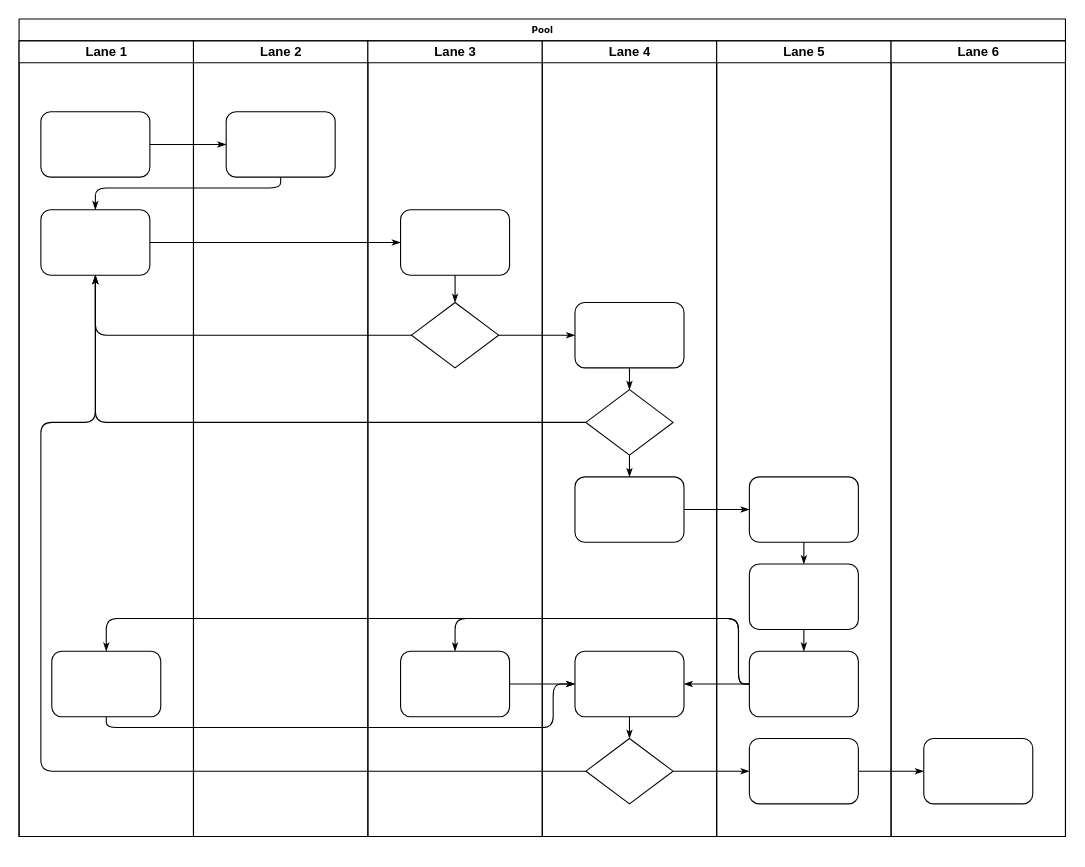
Before: Untitled Diagram.drawio in baffbarker/ait3, a draw.io diagram. Source tidied: cells renumbered, new cells numbered last; positions are measured from the earlier drawing's top-left corner, leaving out a move shared by most shapes. Both pictures are drawn from the tidied source at 109%, with x=0, y=0 at pixel (19, 19).
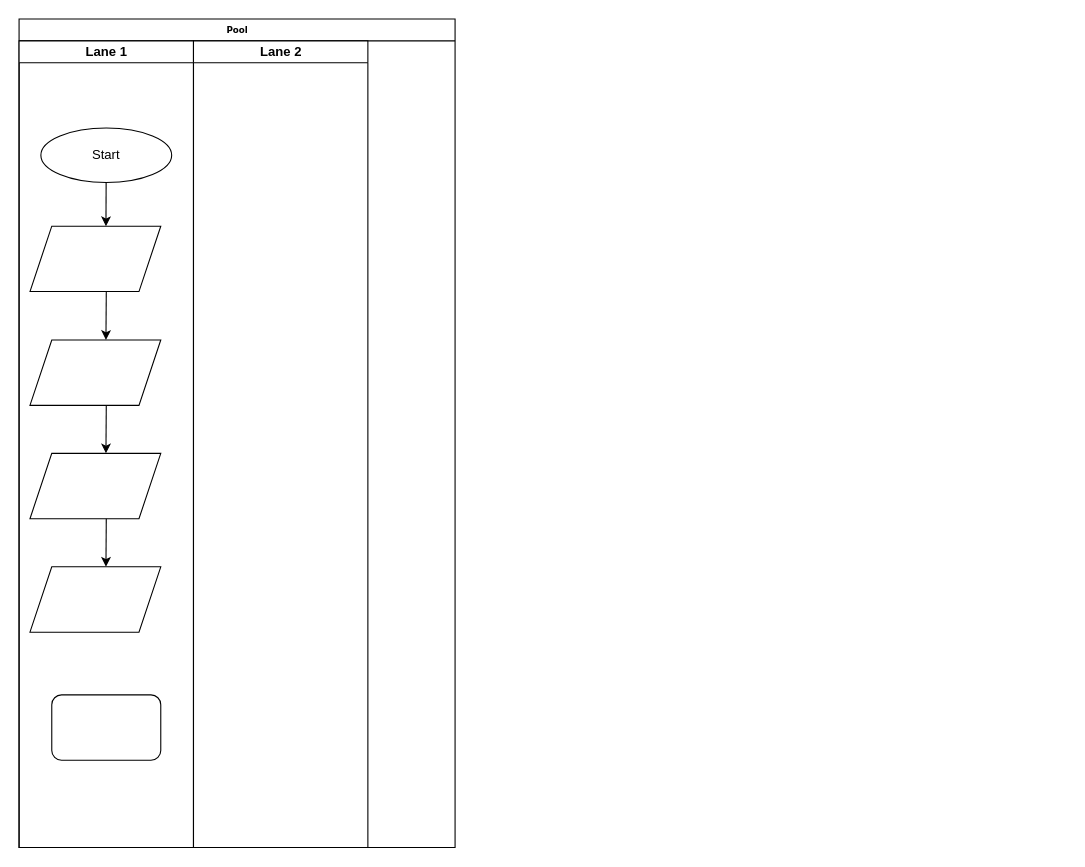
After the change.

Diff of the diagram source:
```diff
@@
     <mxCell id="2" value="Pool" style="swimlane;html=1;startSize=20;rounded=0;shadow=0;labelBackgroundColor=none;strokeWidth=1;fontFamily=Verdana;fontSize=8;align=center;" parent="1" vertex="1">
-      <mxGeometry width="960" height="750" as="geometry" />
+      <mxGeometry width="400" height="760" as="geometry" />
     </mxCell>
     <mxCell id="3" value="Lane 1" style="swimlane;html=1;startSize=20;" parent="2" vertex="1">
-      <mxGeometry y="20" width="160" height="730" as="geometry" />
+      <mxGeometry y="20" width="160" height="740" as="geometry" />
     </mxCell>
-    <mxCell id="4" style="rounded=1;whiteSpace=wrap;html=1;shadow=0;labelBackgroundColor=none;strokeWidth=1;fontFamily=Verdana;fontSize=8;align=center;" parent="3" vertex="1">
-      <mxGeometry x="20" y="65" width="100" height="60" as="geometry" />
-    </mxCell>
-    <mxCell id="5" style="rounded=1;whiteSpace=wrap;html=1;shadow=0;labelBackgroundColor=none;strokeWidth=1;fontFamily=Verdana;fontSize=8;align=center;" parent="3" vertex="1">
-      <mxGeometry x="20" y="155" width="100" height="60" as="geometry" />
-    </mxCell>
     <mxCell id="6" style="rounded=1;whiteSpace=wrap;html=1;shadow=0;labelBackgroundColor=none;strokeWidth=1;fontFamily=Verdana;fontSize=8;align=center;" parent="3" vertex="1">
-      <mxGeometry x="30" y="560" width="100" height="60" as="geometry" />
+      <mxGeometry x="30" y="600" width="100" height="60" as="geometry" />
     </mxCell>
-    <mxCell id="7" style="edgeStyle=orthogonalEdgeStyle;rounded=1;html=1;labelBackgroundColor=none;startArrow=none;startFill=0;startSize=5;endArrow=classicThin;endFill=1;endSize=5;jettySize=auto;strokeWidth=1;fontFamily=Verdana;fontSize=8;" parent="2" edge="1" source="4" target="23">
-      <mxGeometry relative="1" as="geometry" />
-    </mxCell>
-    <mxCell id="8" style="edgeStyle=orthogonalEdgeStyle;rounded=1;html=1;labelBackgroundColor=none;startArrow=none;startFill=0;startSize=5;endArrow=classicThin;endFill=1;endSize=5;jettySize=auto;strokeWidth=1;fontFamily=Verdana;fontSize=8;" parent="2" edge="1" source="23" target="5">
-      <mxGeometry relative="1" as="geometry">
-        <Array as="points">
-          <mxPoint x="240" y="155" />
-          <mxPoint x="70" y="155" />
-        </Array>
-      </mxGeometry>
-    </mxCell>
-    <mxCell id="9" style="edgeStyle=orthogonalEdgeStyle;rounded=1;html=1;labelBackgroundColor=none;startArrow=none;startFill=0;startSize=5;endArrow=classicThin;endFill=1;endSize=5;jettySize=auto;strokeWidth=1;fontFamily=Verdana;fontSize=8;" parent="2" edge="1" source="5" target="25">
-      <mxGeometry relative="1" as="geometry" />
-    </mxCell>
-    <mxCell id="10" style="edgeStyle=orthogonalEdgeStyle;rounded=1;html=1;labelBackgroundColor=none;startArrow=none;startFill=0;startSize=5;endArrow=classicThin;endFill=1;endSize=5;jettySize=auto;strokeWidth=1;fontFamily=Verdana;fontSize=8;" parent="2" edge="1" source="26" target="5">
-      <mxGeometry relative="1" as="geometry" />
-    </mxCell>
-    <mxCell id="11" style="edgeStyle=orthogonalEdgeStyle;rounded=1;html=1;labelBackgroundColor=none;startArrow=none;startFill=0;startSize=5;endArrow=classicThin;endFill=1;endSize=5;jettySize=auto;strokeWidth=1;fontFamily=Verdana;fontSize=8;" parent="2" edge="1" source="31" target="5">
-      <mxGeometry relative="1" as="geometry" />
-    </mxCell>
-    <mxCell id="12" style="edgeStyle=orthogonalEdgeStyle;rounded=1;html=1;labelBackgroundColor=none;startArrow=none;startFill=0;startSize=5;endArrow=classicThin;endFill=1;endSize=5;jettySize=auto;strokeWidth=1;fontFamily=Verdana;fontSize=8;" parent="2" edge="1" source="34" target="5">
-      <mxGeometry relative="1" as="geometry">
-        <Array as="points">
-          <mxPoint x="20" y="690" />
-          <mxPoint x="20" y="370" />
-          <mxPoint x="70" y="370" />
-        </Array>
-      </mxGeometry>
-    </mxCell>
-    <mxCell id="13" style="edgeStyle=orthogonalEdgeStyle;rounded=1;html=1;labelBackgroundColor=none;startArrow=none;startFill=0;startSize=5;endArrow=classicThin;endFill=1;endSize=5;jettySize=auto;strokeWidth=1;fontFamily=Verdana;fontSize=8;" parent="2" edge="1" source="26" target="30">
-      <mxGeometry relative="1" as="geometry" />
-    </mxCell>
-    <mxCell id="14" style="edgeStyle=orthogonalEdgeStyle;rounded=1;html=1;labelBackgroundColor=none;startArrow=none;startFill=0;startSize=5;endArrow=classicThin;endFill=1;endSize=5;jettySize=auto;strokeWidth=1;fontFamily=Verdana;fontSize=8;" parent="2" edge="1" source="34" target="42">
-      <mxGeometry relative="1" as="geometry" />
-    </mxCell>
-    <mxCell id="15" style="edgeStyle=orthogonalEdgeStyle;rounded=1;html=1;labelBackgroundColor=none;startArrow=none;startFill=0;startSize=5;endArrow=classicThin;endFill=1;endSize=5;jettySize=auto;strokeWidth=1;fontFamily=Verdana;fontSize=8;" parent="2" edge="1" source="42" target="46">
-      <mxGeometry relative="1" as="geometry" />
-    </mxCell>
-    <mxCell id="16" style="edgeStyle=orthogonalEdgeStyle;rounded=1;html=1;labelBackgroundColor=none;startArrow=none;startFill=0;startSize=5;endArrow=classicThin;endFill=1;endSize=5;jettySize=auto;strokeWidth=1;fontFamily=Verdana;fontSize=8;" parent="2" edge="1" source="32" target="39">
-      <mxGeometry relative="1" as="geometry" />
-    </mxCell>
-    <mxCell id="17" style="edgeStyle=orthogonalEdgeStyle;rounded=1;html=1;labelBackgroundColor=none;startArrow=none;startFill=0;startSize=5;endArrow=classicThin;endFill=1;endSize=5;jettySize=auto;strokeWidth=1;fontFamily=Verdana;fontSize=8;" parent="2" edge="1" source="41" target="27">
-      <mxGeometry relative="1" as="geometry">
-        <Array as="points">
-          <mxPoint x="660" y="610" />
-          <mxPoint x="660" y="550" />
-          <mxPoint x="400" y="550" />
-        </Array>
-      </mxGeometry>
-    </mxCell>
-    <mxCell id="18" style="edgeStyle=orthogonalEdgeStyle;rounded=1;html=1;labelBackgroundColor=none;startArrow=none;startFill=0;startSize=5;endArrow=classicThin;endFill=1;endSize=5;jettySize=auto;strokeColor=#000000;strokeWidth=1;fontFamily=Verdana;fontSize=8;fontColor=#000000;" parent="2" edge="1" source="41" target="33">
-      <mxGeometry relative="1" as="geometry" />
-    </mxCell>
-    <mxCell id="19" style="edgeStyle=orthogonalEdgeStyle;rounded=1;html=1;labelBackgroundColor=none;startArrow=none;startFill=0;startSize=5;endArrow=classicThin;endFill=1;endSize=5;jettySize=auto;strokeWidth=1;fontFamily=Verdana;fontSize=8;" parent="2" edge="1" source="41" target="6">
-      <mxGeometry relative="1" as="geometry">
-        <Array as="points">
-          <mxPoint x="660" y="610" />
-          <mxPoint x="660" y="550" />
-          <mxPoint x="80" y="550" />
-        </Array>
-      </mxGeometry>
-    </mxCell>
-    <mxCell id="20" style="edgeStyle=orthogonalEdgeStyle;rounded=1;html=1;labelBackgroundColor=none;startArrow=none;startFill=0;startSize=5;endArrow=classicThin;endFill=1;endSize=5;jettySize=auto;strokeWidth=1;fontFamily=Verdana;fontSize=8;" parent="2" edge="1" source="6" target="33">
-      <mxGeometry relative="1" as="geometry">
-        <Array as="points">
-          <mxPoint x="80" y="650" />
-          <mxPoint x="490" y="650" />
-          <mxPoint x="490" y="610" />
-        </Array>
-      </mxGeometry>
-    </mxCell>
-    <mxCell id="21" style="edgeStyle=orthogonalEdgeStyle;rounded=1;html=1;labelBackgroundColor=none;startArrow=none;startFill=0;startSize=5;endArrow=classicThin;endFill=1;endSize=5;jettySize=auto;strokeWidth=1;fontFamily=Verdana;fontSize=8;" parent="2" edge="1" source="27" target="33">
-      <mxGeometry relative="1" as="geometry" />
-    </mxCell>
+    <mxCell id="47" style="shape=parallelogram;perimeter=parallelogramPerimeter;whiteSpace=wrap;html=1;fixedSize=1;" parent="3" vertex="1">
+      <mxGeometry x="10" y="170" width="120" height="60" as="geometry" />
+    </mxCell>
+    <mxCell id="48" style="endArrow=classic;html=1;rounded=0;exitX=0.599;exitY=1.01;exitDx=0;exitDy=0;exitPerimeter=0;" parent="3" edge="1">
+      <mxGeometry relative="1" as="geometry">
+        <mxPoint x="79.9" y="125.6" as="sourcePoint" />
+        <mxPoint x="79.7" y="170" as="targetPoint" />
+      </mxGeometry>
+    </mxCell>
+    <mxCell id="49" style="endArrow=classic;html=1;rounded=0;exitX=0.599;exitY=1.01;exitDx=0;exitDy=0;exitPerimeter=0;" parent="3" edge="1">
+      <mxGeometry relative="1" as="geometry">
+        <mxPoint x="80" y="230.4" as="sourcePoint" />
+        <mxPoint x="79.7" y="274.4" as="targetPoint" />
+      </mxGeometry>
+    </mxCell>
+    <mxCell id="50" style="shape=parallelogram;perimeter=parallelogramPerimeter;whiteSpace=wrap;html=1;fixedSize=1;" parent="3" vertex="1">
+      <mxGeometry x="10" y="274.4" width="120" height="60" as="geometry" />
+    </mxCell>
+    <mxCell id="51" style="endArrow=classic;html=1;rounded=0;exitX=0.599;exitY=1.01;exitDx=0;exitDy=0;exitPerimeter=0;" parent="3" edge="1">
+      <mxGeometry relative="1" as="geometry">
+        <mxPoint x="80" y="334.4" as="sourcePoint" />
+        <mxPoint x="79.7" y="378.4" as="targetPoint" />
+      </mxGeometry>
+    </mxCell>
+    <mxCell id="52" style="shape=parallelogram;perimeter=parallelogramPerimeter;whiteSpace=wrap;html=1;fixedSize=1;" parent="3" vertex="1">
+      <mxGeometry x="10" y="378.4" width="120" height="60" as="geometry" />
+    </mxCell>
+    <mxCell id="53" style="endArrow=classic;html=1;rounded=0;exitX=0.599;exitY=1.01;exitDx=0;exitDy=0;exitPerimeter=0;" parent="3" edge="1">
+      <mxGeometry relative="1" as="geometry">
+        <mxPoint x="80" y="438.4" as="sourcePoint" />
+        <mxPoint x="79.7" y="482.5" as="targetPoint" />
+      </mxGeometry>
+    </mxCell>
+    <mxCell id="54" style="shape=parallelogram;perimeter=parallelogramPerimeter;whiteSpace=wrap;html=1;fixedSize=1;" parent="3" vertex="1">
+      <mxGeometry x="10" y="482.5" width="120" height="60" as="geometry" />
+    </mxCell>
+    <mxCell id="55" style="ellipse;whiteSpace=wrap;html=1;" parent="3" vertex="1">
+      <mxGeometry x="20" y="80" width="120" height="50" as="geometry" />
+    </mxCell>
+    <mxCell id="56" value="&lt;div&gt;Start&lt;/div&gt;" style="text;html=1;align=center;verticalAlign=middle;whiteSpace=wrap;rounded=0;" parent="3" vertex="1">
+      <mxGeometry x="50" y="90" width="60" height="30" as="geometry" />
+    </mxCell>
     <mxCell id="22" value="Lane 2" style="swimlane;html=1;startSize=20;" parent="2" vertex="1">
-      <mxGeometry x="160" y="20" width="160" height="730" as="geometry" />
+      <mxGeometry x="160" y="20" width="160" height="740" as="geometry" />
     </mxCell>
-    <mxCell id="23" style="rounded=1;whiteSpace=wrap;html=1;shadow=0;labelBackgroundColor=none;strokeWidth=1;fontFamily=Verdana;fontSize=8;align=center;" parent="22" vertex="1">
-      <mxGeometry x="30" y="65" width="100" height="60" as="geometry" />
-    </mxCell>
-    <mxCell id="24" value="Lane 3" style="swimlane;html=1;startSize=20;" parent="2" vertex="1">
-      <mxGeometry x="320" y="20" width="160" height="730" as="geometry" />
-    </mxCell>
-    <mxCell id="25" style="rounded=1;whiteSpace=wrap;html=1;shadow=0;labelBackgroundColor=none;strokeWidth=1;fontFamily=Verdana;fontSize=8;align=center;" parent="24" vertex="1">
-      <mxGeometry x="30" y="155" width="100" height="60" as="geometry" />
-    </mxCell>
-    <mxCell id="26" style="rhombus;whiteSpace=wrap;html=1;rounded=0;shadow=0;labelBackgroundColor=none;strokeWidth=1;fontFamily=Verdana;fontSize=8;align=center;" parent="24" vertex="1">
-      <mxGeometry x="40" y="240" width="80" height="60" as="geometry" />
-    </mxCell>
-    <mxCell id="27" style="rounded=1;whiteSpace=wrap;html=1;shadow=0;labelBackgroundColor=none;strokeWidth=1;fontFamily=Verdana;fontSize=8;align=center;" parent="24" vertex="1">
-      <mxGeometry x="30" y="560" width="100" height="60" as="geometry" />
-    </mxCell>
-    <mxCell id="28" style="edgeStyle=orthogonalEdgeStyle;rounded=1;html=1;labelBackgroundColor=none;startArrow=none;startFill=0;startSize=5;endArrow=classicThin;endFill=1;endSize=5;jettySize=auto;strokeWidth=1;fontFamily=Verdana;fontSize=8;" parent="24" edge="1" source="25" target="26">
-      <mxGeometry relative="1" as="geometry" />
-    </mxCell>
-    <mxCell id="29" value="Lane 4" style="swimlane;html=1;startSize=20;" parent="2" vertex="1">
-      <mxGeometry x="480" y="20" width="160" height="730" as="geometry" />
-    </mxCell>
-    <mxCell id="30" style="rounded=1;whiteSpace=wrap;html=1;shadow=0;labelBackgroundColor=none;strokeWidth=1;fontFamily=Verdana;fontSize=8;align=center;" parent="29" vertex="1">
-      <mxGeometry x="30" y="240" width="100" height="60" as="geometry" />
-    </mxCell>
-    <mxCell id="31" style="rhombus;whiteSpace=wrap;html=1;rounded=0;shadow=0;labelBackgroundColor=none;strokeWidth=1;fontFamily=Verdana;fontSize=8;align=center;" parent="29" vertex="1">
-      <mxGeometry x="40" y="320" width="80" height="60" as="geometry" />
-    </mxCell>
-    <mxCell id="32" style="rounded=1;whiteSpace=wrap;html=1;shadow=0;labelBackgroundColor=none;strokeWidth=1;fontFamily=Verdana;fontSize=8;align=center;" parent="29" vertex="1">
-      <mxGeometry x="30" y="400" width="100" height="60" as="geometry" />
-    </mxCell>
-    <mxCell id="33" style="rounded=1;whiteSpace=wrap;html=1;shadow=0;labelBackgroundColor=none;strokeWidth=1;fontFamily=Verdana;fontSize=8;align=center;" parent="29" vertex="1">
-      <mxGeometry x="30" y="560" width="100" height="60" as="geometry" />
-    </mxCell>
-    <mxCell id="34" style="rhombus;whiteSpace=wrap;html=1;rounded=0;shadow=0;labelBackgroundColor=none;strokeWidth=1;fontFamily=Verdana;fontSize=8;align=center;" parent="29" vertex="1">
-      <mxGeometry x="40" y="640" width="80" height="60" as="geometry" />
-    </mxCell>
-    <mxCell id="35" style="edgeStyle=orthogonalEdgeStyle;rounded=1;html=1;labelBackgroundColor=none;startArrow=none;startFill=0;startSize=5;endArrow=classicThin;endFill=1;endSize=5;jettySize=auto;strokeColor=#000000;strokeWidth=1;fontFamily=Verdana;fontSize=8;fontColor=#000000;" parent="29" edge="1" source="30" target="31">
-      <mxGeometry relative="1" as="geometry" />
-    </mxCell>
-    <mxCell id="36" style="edgeStyle=orthogonalEdgeStyle;rounded=1;html=1;labelBackgroundColor=none;startArrow=none;startFill=0;startSize=5;endArrow=classicThin;endFill=1;endSize=5;jettySize=auto;strokeWidth=1;fontFamily=Verdana;fontSize=8;" parent="29" edge="1" source="31" target="32">
-      <mxGeometry relative="1" as="geometry" />
-    </mxCell>
-    <mxCell id="37" style="edgeStyle=orthogonalEdgeStyle;rounded=1;html=1;labelBackgroundColor=none;startArrow=none;startFill=0;startSize=5;endArrow=classicThin;endFill=1;endSize=5;jettySize=auto;strokeWidth=1;fontFamily=Verdana;fontSize=8;" parent="29" edge="1" source="33" target="34">
-      <mxGeometry relative="1" as="geometry" />
-    </mxCell>
-    <mxCell id="38" value="Lane 5" style="swimlane;html=1;startSize=20;" parent="2" vertex="1">
-      <mxGeometry x="640" y="20" width="160" height="730" as="geometry" />
-    </mxCell>
-    <mxCell id="39" style="rounded=1;whiteSpace=wrap;html=1;shadow=0;labelBackgroundColor=none;strokeWidth=1;fontFamily=Verdana;fontSize=8;align=center;" parent="38" vertex="1">
-      <mxGeometry x="30" y="400" width="100" height="60" as="geometry" />
-    </mxCell>
-    <mxCell id="40" style="rounded=1;whiteSpace=wrap;html=1;shadow=0;labelBackgroundColor=none;strokeWidth=1;fontFamily=Verdana;fontSize=8;align=center;" parent="38" vertex="1">
-      <mxGeometry x="30" y="480" width="100" height="60" as="geometry" />
-    </mxCell>
-    <mxCell id="41" style="rounded=1;whiteSpace=wrap;html=1;shadow=0;labelBackgroundColor=none;strokeWidth=1;fontFamily=Verdana;fontSize=8;align=center;" parent="38" vertex="1">
-      <mxGeometry x="30" y="560" width="100" height="60" as="geometry" />
-    </mxCell>
-    <mxCell id="42" style="rounded=1;whiteSpace=wrap;html=1;shadow=0;labelBackgroundColor=none;strokeWidth=1;fontFamily=Verdana;fontSize=8;align=center;" parent="38" vertex="1">
-      <mxGeometry x="30" y="640" width="100" height="60" as="geometry" />
-    </mxCell>
-    <mxCell id="43" style="edgeStyle=orthogonalEdgeStyle;rounded=1;html=1;labelBackgroundColor=none;startArrow=none;startFill=0;startSize=5;endArrow=classicThin;endFill=1;endSize=5;jettySize=auto;strokeWidth=1;fontFamily=Verdana;fontSize=8;" parent="38" edge="1" source="39" target="40">
-      <mxGeometry relative="1" as="geometry" />
-    </mxCell>
-    <mxCell id="44" style="edgeStyle=orthogonalEdgeStyle;rounded=1;html=1;labelBackgroundColor=none;startArrow=none;startFill=0;startSize=5;endArrow=classicThin;endFill=1;endSize=5;jettySize=auto;strokeWidth=1;fontFamily=Verdana;fontSize=8;" parent="38" edge="1" source="40" target="41">
-      <mxGeometry relative="1" as="geometry" />
-    </mxCell>
-    <mxCell id="45" value="Lane 6" style="swimlane;html=1;startSize=20;" parent="2" vertex="1">
-      <mxGeometry x="800" y="20" width="160" height="730" as="geometry" />
-    </mxCell>
-    <mxCell id="46" style="rounded=1;whiteSpace=wrap;html=1;shadow=0;labelBackgroundColor=none;strokeWidth=1;fontFamily=Verdana;fontSize=8;align=center;" parent="45" vertex="1">
-      <mxGeometry x="30" y="640" width="100" height="60" as="geometry" />
-    </mxCell>
```
